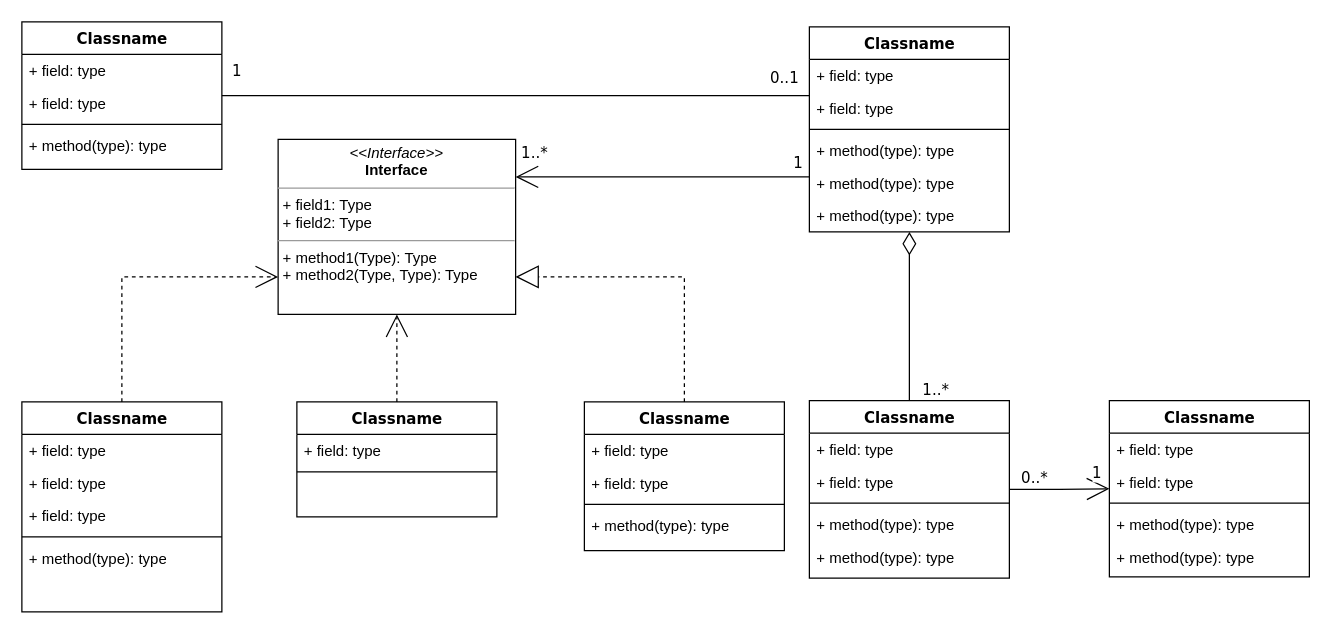
Before: diagrams/Untitled Diagram.drawio in omarashrafothman/taagerDiagrams, a draw.io diagram. Source tidied: cells renumbered, new cells numbered last; positions are measured from the earlier drawing's top-left corner, leaving out a move shared by most shapes. Both pictures are drawn from the tidied source at 125%, with x=0, y=0 at pixel (21, 21).
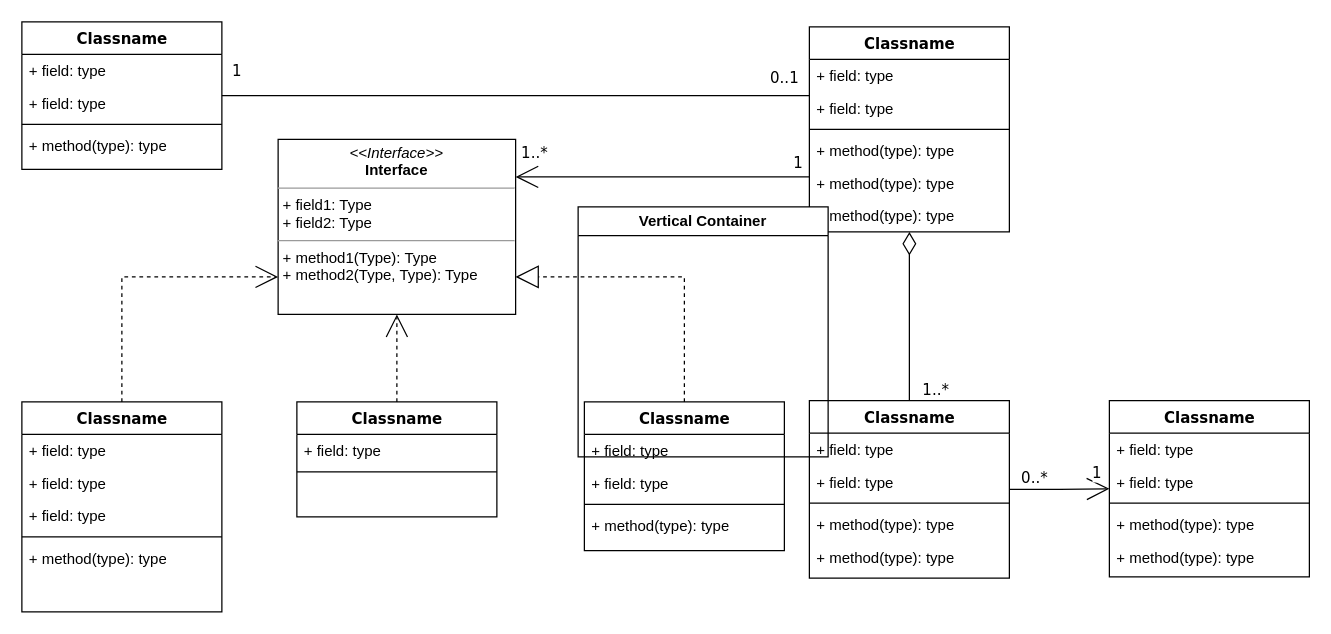
The same page after the edit.

The edit, as a diff of the source:
```diff
@@
+    <mxCell id="55" value="Vertical Container" style="swimlane;whiteSpace=wrap;html=1;" parent="1" vertex="1">
+      <mxGeometry x="445" y="148" width="200" height="200" as="geometry" />
+    </mxCell>
```
